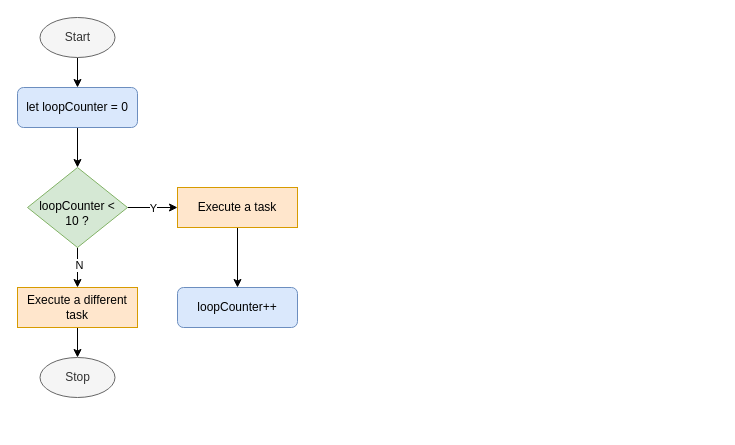
argounova/draw-io keeps this draw.io diagram as module4discussion.drawio. Above is the earlier version. Source tidied: cells renumbered, new cells numbered last; positions are measured from the earlier drawing's top-left corner, leaving out a move shared by most shapes. Both pictures are drawn from the tidied source at 100%, with x=0, y=0 at pixel (17, 17).
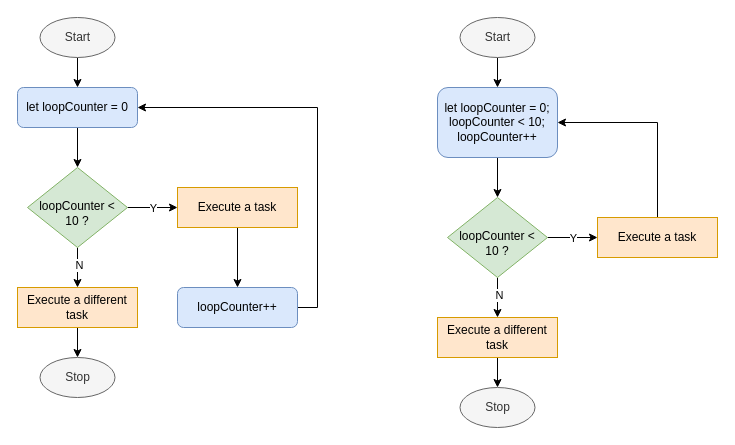
Above is the later version.

The change refers to these unchanged cells:
```xml
<mxCell id="3" value="let loopCounter = 0" style="rounded=1;whiteSpace=wrap;html=1;fontSize=12;glass=0;strokeWidth=1;shadow=0;fillColor=#dae8fc;strokeColor=#6c8ebf;" parent="1" vertex="1">
  <mxGeometry y="70" width="120" height="40" as="geometry" />
</mxCell>
<mxCell id="12" value="loopCounter++" style="rounded=1;whiteSpace=wrap;html=1;fontSize=12;glass=0;strokeWidth=1;shadow=0;fillColor=#dae8fc;strokeColor=#6c8ebf;" parent="1" vertex="1">
  <mxGeometry x="160" y="270" width="120" height="40" as="geometry" />
</mxCell>
```

What changed in the source:
```diff
@@
+    <mxCell id="18" style="edgeStyle=orthogonalEdgeStyle;rounded=0;jettySize=auto;html=1;exitX=1;exitY=0.5;exitDx=0;exitDy=0;entryX=1;entryY=0.5;entryDx=0;entryDy=0;" parent="1" edge="1" source="12" target="3">
+      <mxGeometry relative="1" as="geometry" />
+    </mxCell>
@@
+    <mxCell id="19" style="edgeStyle=orthogonalEdgeStyle;rounded=0;jettySize=auto;html=1;exitX=0.5;exitY=1;exitDx=0;exitDy=0;entryX=0.5;entryY=0;entryDx=0;entryDy=0;" parent="1" edge="1" source="20" target="25">
+      <mxGeometry relative="1" as="geometry" />
+    </mxCell>
+    <mxCell id="20" value="let loopCounter = 0;&lt;br&gt;loopCounter &amp;lt; 10;&lt;br&gt;loopCounter++" style="rounded=1;whiteSpace=wrap;html=1;fontSize=12;glass=0;strokeWidth=1;shadow=0;fillColor=#dae8fc;strokeColor=#6c8ebf;" parent="1" vertex="1">
+      <mxGeometry x="420" y="70" width="120" height="70" as="geometry" />
+    </mxCell>
+    <mxCell id="21" style="edgeStyle=orthogonalEdgeStyle;rounded=0;jettySize=auto;html=1;exitX=0.5;exitY=1;exitDx=0;exitDy=0;entryX=0.5;entryY=0;entryDx=0;entryDy=0;" parent="1" edge="1" source="25">
+      <mxGeometry relative="1" as="geometry">
+        <mxPoint x="480" y="300" as="targetPoint" />
+      </mxGeometry>
+    </mxCell>
+    <mxCell id="22" value="N" style="edgeLabel;html=1;align=center;verticalAlign=middle;" parent="21" vertex="1">
+      <mxGeometry x="-0.15" y="1" relative="1" as="geometry" />
+    </mxCell>
+    <mxCell id="23" style="edgeStyle=orthogonalEdgeStyle;rounded=0;jettySize=auto;html=1;exitX=1;exitY=0.5;exitDx=0;exitDy=0;entryX=0;entryY=0.5;entryDx=0;entryDy=0;" parent="1" edge="1" source="25" target="27">
+      <mxGeometry relative="1" as="geometry" />
+    </mxCell>
+    <mxCell id="24" value="Y" style="edgeLabel;html=1;align=center;verticalAlign=middle;" parent="23" vertex="1">
+      <mxGeometry x="0.01" relative="1" as="geometry" />
+    </mxCell>
+    <mxCell id="25" value="loopCounter &amp;lt; 10 ?" style="rhombus;whiteSpace=wrap;html=1;shadow=0;fontFamily=Helvetica;fontSize=12;align=center;strokeWidth=1;spacing=6;spacingTop=11;fillColor=#d5e8d4;strokeColor=#82b366;" parent="1" vertex="1">
+      <mxGeometry x="430" y="180" width="100" height="80" as="geometry" />
+    </mxCell>
+    <mxCell id="26" style="edgeStyle=orthogonalEdgeStyle;rounded=0;jettySize=auto;html=1;exitX=0.5;exitY=0;exitDx=0;exitDy=0;entryX=1;entryY=0.5;entryDx=0;entryDy=0;" parent="1" edge="1" source="27" target="20">
+      <mxGeometry relative="1" as="geometry" />
+    </mxCell>
+    <mxCell id="27" value="Execute a task" style="rounded=0;whiteSpace=wrap;html=1;fontSize=12;glass=0;strokeWidth=1;shadow=0;fillColor=#ffe6cc;strokeColor=#d79b00;" parent="1" vertex="1">
+      <mxGeometry x="580" y="200" width="120" height="40" as="geometry" />
+    </mxCell>
+    <mxCell id="28" style="edgeStyle=orthogonalEdgeStyle;rounded=0;jettySize=auto;html=1;exitX=0.5;exitY=1;exitDx=0;exitDy=0;entryX=0.5;entryY=0;entryDx=0;entryDy=0;" parent="1" edge="1" target="29">
+      <mxGeometry relative="1" as="geometry">
+        <mxPoint x="480" y="380" as="sourcePoint" />
+      </mxGeometry>
+    </mxCell>
+    <mxCell id="29" value="Stop" style="ellipse;whiteSpace=wrap;html=1;fillColor=#f5f5f5;fontColor=#333333;strokeColor=#666666;" parent="1" vertex="1">
+      <mxGeometry x="442.5" y="370" width="75" height="40" as="geometry" />
+    </mxCell>
+    <mxCell id="30" style="edgeStyle=orthogonalEdgeStyle;rounded=0;jettySize=auto;html=1;exitX=0.5;exitY=1;exitDx=0;exitDy=0;entryX=0.5;entryY=0;entryDx=0;entryDy=0;" parent="1" edge="1" source="31" target="20">
+      <mxGeometry relative="1" as="geometry" />
+    </mxCell>
+    <mxCell id="31" value="Start" style="ellipse;whiteSpace=wrap;html=1;fillColor=#f5f5f5;fontColor=#333333;strokeColor=#666666;" parent="1" vertex="1">
+      <mxGeometry x="442.5" width="75" height="40" as="geometry" />
+    </mxCell>
+    <mxCell id="32" style="edgeStyle=orthogonalEdgeStyle;rounded=0;jettySize=auto;html=1;exitX=0.5;exitY=1;exitDx=0;exitDy=0;entryX=0.5;entryY=0;entryDx=0;entryDy=0;" parent="1" edge="1" source="33" target="29">
+      <mxGeometry relative="1" as="geometry" />
+    </mxCell>
+    <mxCell id="33" value="Execute a different task" style="rounded=0;whiteSpace=wrap;html=1;fontSize=12;glass=0;strokeWidth=1;shadow=0;fillColor=#ffe6cc;strokeColor=#d79b00;" parent="1" vertex="1">
+      <mxGeometry x="420" y="300" width="120" height="40" as="geometry" />
+    </mxCell>
```
